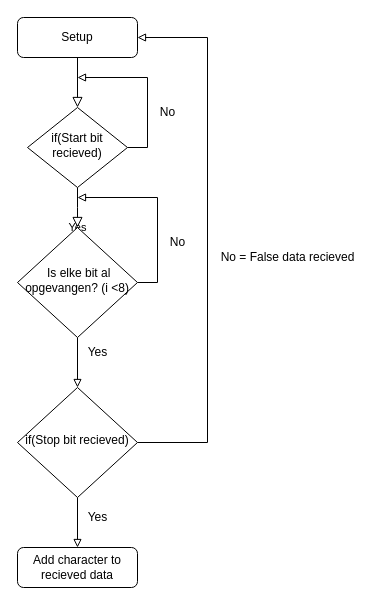
TiemonS/Tiemon-Steeghs-Semester-3-Repository keeps this draw.io diagram as Communicatie/Software Uart challenge/Flowchart soft uart reciev.drawio. Above is the earlier version. Source tidied: cells renumbered, new cells numbered last; positions are measured from the earlier drawing's top-left corner, leaving out a move shared by most shapes. Both pictures are drawn from the tidied source at 100%, with x=0, y=0 at pixel (17, 17).
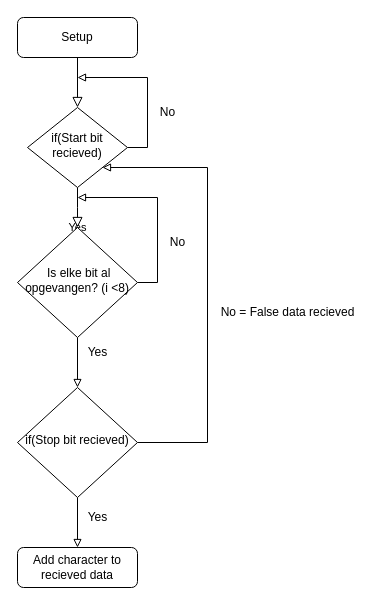
After the change.

The change refers to these unchanged cells:
```xml
<mxCell id="3" value="Setup" style="rounded=1;whiteSpace=wrap;html=1;fontSize=12;glass=0;strokeWidth=1;shadow=0;" parent="1" vertex="1">
  <mxGeometry width="120" height="40" as="geometry" />
</mxCell>
<mxCell id="6" value="if(Start bit recieved)" style="rhombus;whiteSpace=wrap;html=1;shadow=0;fontFamily=Helvetica;fontSize=12;align=center;strokeWidth=1;spacing=6;spacingTop=-4;" parent="1" vertex="1">
  <mxGeometry x="10" y="90" width="100" height="80" as="geometry" />
</mxCell>
<mxCell id="13" value="if(Stop bit recieved)" style="rhombus;whiteSpace=wrap;html=1;shadow=0;fontFamily=Helvetica;fontSize=12;align=center;strokeWidth=1;spacing=6;spacingTop=-4;" parent="1" vertex="1">
  <mxGeometry y="370" width="120" height="110" as="geometry" />
</mxCell>
```

What changed in the source:
```diff
@@
-    <mxCell id="12" style="edgeStyle=orthogonalEdgeStyle;rounded=0;jettySize=auto;html=1;exitX=1;exitY=0.5;exitDx=0;exitDy=0;endArrow=block;endFill=0;entryX=1;entryY=0.5;entryDx=0;entryDy=0;" parent="1" edge="1" source="13" target="3">
+    <mxCell id="12" style="edgeStyle=orthogonalEdgeStyle;rounded=0;jettySize=auto;html=1;exitX=1;exitY=0.5;exitDx=0;exitDy=0;endArrow=block;endFill=0;entryX=1;entryY=1;entryDx=0;entryDy=0;" parent="1" edge="1" source="13" target="6">
       <mxGeometry relative="1" as="geometry">
         <Array as="points">
           <mxPoint x="190" y="425" />
-          <mxPoint x="190" y="20" />
+          <mxPoint x="190" y="150" />
         </Array>
       </mxGeometry>
     </mxCell>
@@
     <mxCell id="18" value="No = False data recieved" style="text;html=1;align=center;verticalAlign=middle;strokeColor=none;fillColor=none;" parent="1" vertex="1">
-      <mxGeometry x="190" y="225" width="160" height="30" as="geometry" />
+      <mxGeometry x="190" y="280" width="160" height="30" as="geometry" />
     </mxCell>
```
